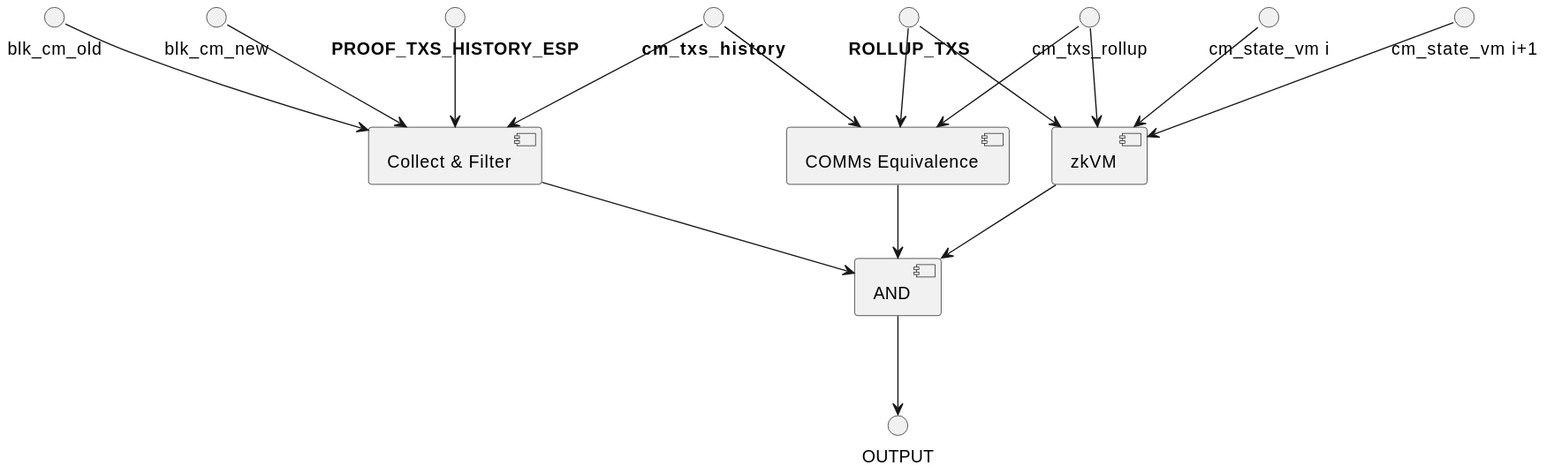
Above: doc/zk-rollup-circuit-no-espresso-consensus.svg in EspressoSystems/espresso-sequencer (PlantUML), before the change.
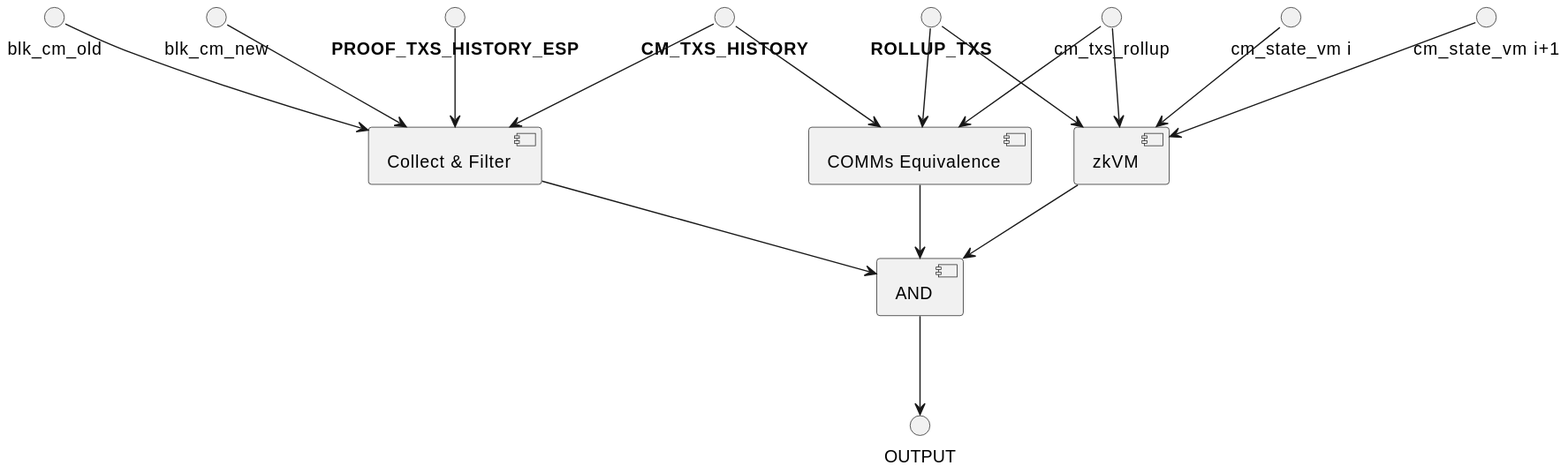
The same file after the commit.

What changed in the source:
```diff
@@ -12,8 +12,8 @@
 "<b>ROLLUP_TXS</b>" --> ZK
 
 cm_txs_rollup --> CE
-"<b>cm_txs_history</b>" --> CE
-"<b>cm_txs_history</b>" --> CF
+"<b>CM_TXS_HISTORY</b>" --> CE
+"<b>CM_TXS_HISTORY</b>" --> CF
 
 "cm_state_vm i" --> ZK
 "cm_state_vm i+1" --> ZK
```
